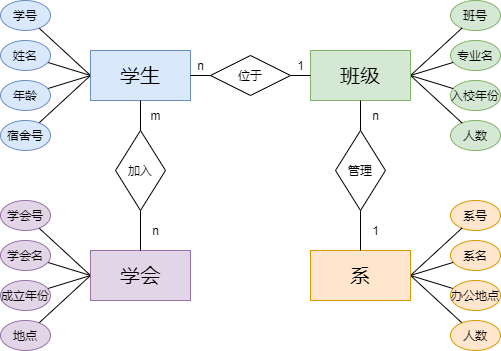
yrpang/databaseHomeWork keeps this draw.io diagram as ER.png. Above is the earlier version. Source tidied: cells renumbered, new cells last; positions are measured from the earlier drawing's top-left corner, leaving out a move shared by most shapes.
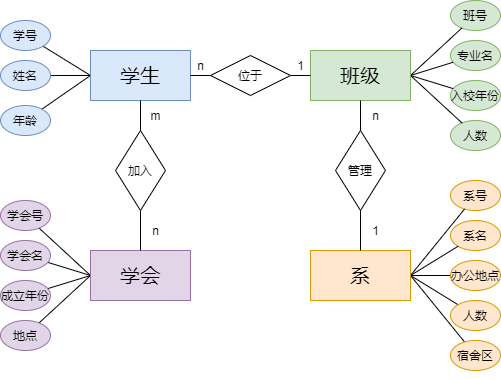
The same diagram one commit later.

Diff of the diagram source:
```diff
@@ -11,20 +11,17 @@
     <mxCell id="4" style="edgeStyle=none;rounded=0;jettySize=auto;html=1;exitX=0;exitY=0.5;exitDx=0;exitDy=0;endArrow=none;endFill=0;" parent="1" edge="1" source="6" target="15">
       <mxGeometry relative="1" as="geometry" />
     </mxCell>
-    <mxCell id="5" style="edgeStyle=none;rounded=0;jettySize=auto;html=1;exitX=0;exitY=0.5;exitDx=0;exitDy=0;endArrow=none;endFill=0;" parent="1" edge="1" source="6" target="52">
-      <mxGeometry relative="1" as="geometry" />
-    </mxCell>
     <mxCell id="6" value="&lt;font style=&quot;font-size: 20px&quot;&gt;学生&lt;/font&gt;" style="rounded=0;whiteSpace=wrap;html=1;fillColor=#dae8fc;strokeColor=#6c8ebf;" parent="1" vertex="1">
       <mxGeometry x="90" y="50" width="100" height="50" as="geometry" />
     </mxCell>
     <mxCell id="7" value="学号" style="ellipse;whiteSpace=wrap;html=1;fillColor=#dae8fc;strokeColor=#6c8ebf;" parent="1" vertex="1">
-      <mxGeometry width="50" height="30" as="geometry" />
+      <mxGeometry y="20" width="50" height="30" as="geometry" />
     </mxCell>
     <mxCell id="8" value="姓名" style="ellipse;whiteSpace=wrap;html=1;fillColor=#dae8fc;strokeColor=#6c8ebf;" parent="1" vertex="1">
-      <mxGeometry y="40" width="50" height="30" as="geometry" />
+      <mxGeometry y="60" width="50" height="30" as="geometry" />
     </mxCell>
     <mxCell id="9" value="系名" style="ellipse;whiteSpace=wrap;html=1;fillColor=#ffe6cc;strokeColor=#d79b00;" parent="1" vertex="1">
-      <mxGeometry x="450" y="240" width="50" height="30" as="geometry" />
+      <mxGeometry x="450" y="220" width="50" height="30" as="geometry" />
     </mxCell>
     <mxCell id="10" value="专业名" style="ellipse;whiteSpace=wrap;html=1;fillColor=#d5e8d4;strokeColor=#82b366;" parent="1" vertex="1">
       <mxGeometry x="450" y="40" width="50" height="30" as="geometry" />
@@ -33,7 +30,7 @@
       <mxGeometry x="450" width="50" height="30" as="geometry" />
     </mxCell>
     <mxCell id="12" value="系号" style="ellipse;whiteSpace=wrap;html=1;fillColor=#ffe6cc;strokeColor=#d79b00;" parent="1" vertex="1">
-      <mxGeometry x="450" y="200" width="50" height="30" as="geometry" />
+      <mxGeometry x="450" y="180" width="50" height="30" as="geometry" />
     </mxCell>
     <mxCell id="13" value="人数" style="ellipse;whiteSpace=wrap;html=1;fillColor=#d5e8d4;strokeColor=#82b366;" parent="1" vertex="1">
       <mxGeometry x="450" y="120" width="50" height="30" as="geometry" />
@@ -42,7 +39,7 @@
       <mxGeometry x="450" y="80" width="50" height="30" as="geometry" />
     </mxCell>
     <mxCell id="15" value="年龄" style="ellipse;whiteSpace=wrap;html=1;fillColor=#dae8fc;strokeColor=#6c8ebf;" parent="1" vertex="1">
-      <mxGeometry y="80" width="50" height="30" as="geometry" />
+      <mxGeometry y="105" width="50" height="30" as="geometry" />
     </mxCell>
     <mxCell id="16" style="edgeStyle=none;rounded=0;jettySize=auto;html=1;exitX=1;exitY=0.5;exitDx=0;exitDy=0;endArrow=none;endFill=0;" parent="1" edge="1" source="20" target="11">
       <mxGeometry relative="1" as="geometry" />
@@ -71,14 +68,17 @@
     <mxCell id="24" style="edgeStyle=none;rounded=0;jettySize=auto;html=1;exitX=1;exitY=0.5;exitDx=0;exitDy=0;endArrow=none;endFill=0;" parent="1" edge="1" source="25" target="26">
       <mxGeometry relative="1" as="geometry" />
     </mxCell>
+    <mxCell id="53" style="rounded=0;jettySize=auto;html=1;exitX=1;exitY=0.5;exitDx=0;exitDy=0;endArrow=none;endFill=0;" parent="1" edge="1" source="25" target="54">
+      <mxGeometry relative="1" as="geometry" />
+    </mxCell>
     <mxCell id="25" value="&lt;font style=&quot;font-size: 20px&quot;&gt;系&lt;br&gt;&lt;/font&gt;" style="rounded=0;whiteSpace=wrap;html=1;fillColor=#ffe6cc;strokeColor=#d79b00;" parent="1" vertex="1">
       <mxGeometry x="310" y="250" width="100" height="50" as="geometry" />
     </mxCell>
     <mxCell id="26" value="人数" style="ellipse;whiteSpace=wrap;html=1;fillColor=#ffe6cc;strokeColor=#d79b00;" parent="1" vertex="1">
-      <mxGeometry x="450" y="320" width="50" height="30" as="geometry" />
+      <mxGeometry x="450" y="300" width="50" height="30" as="geometry" />
     </mxCell>
     <mxCell id="27" value="办公地点" style="ellipse;whiteSpace=wrap;html=1;fillColor=#ffe6cc;strokeColor=#d79b00;" parent="1" vertex="1">
-      <mxGeometry x="450" y="280" width="50" height="30" as="geometry" />
+      <mxGeometry x="450" y="260" width="50" height="30" as="geometry" />
     </mxCell>
     <mxCell id="28" style="edgeStyle=none;rounded=0;jettySize=auto;html=1;exitX=0;exitY=0.5;exitDx=0;exitDy=0;endArrow=none;endFill=0;" parent="1" edge="1" source="32" target="34">
       <mxGeometry relative="1" as="geometry" />
@@ -152,8 +152,11 @@
     <mxCell id="51" value="1" style="text;html=1;align=center;verticalAlign=middle;" parent="1" vertex="1">
       <mxGeometry x="365" y="220" width="20" height="20" as="geometry" />
     </mxCell>
-    <mxCell id="52" value="宿舍号" style="ellipse;whiteSpace=wrap;html=1;fillColor=#dae8fc;strokeColor=#6c8ebf;" parent="1" vertex="1">
-      <mxGeometry y="120" width="50" height="30" as="geometry" />
-    </mxCell>
+    <mxCell id="54" value="宿舍区" style="ellipse;whiteSpace=wrap;html=1;fillColor=#ffe6cc;strokeColor=#d79b00;" parent="1" vertex="1">
+      <mxGeometry x="450" y="340" width="50" height="30" as="geometry" />
+    </mxCell>
+    <mxCell id="55" style="edgeStyle=orthogonalEdgeStyle;rounded=0;orthogonalLoop=1;jettySize=auto;html=1;exitX=0.5;exitY=1;exitDx=0;exitDy=0;" parent="1" edge="1" source="54" target="54">
+      <mxGeometry relative="1" as="geometry" />
+    </mxCell>
   </root>
 </mxGraphModel>
```
